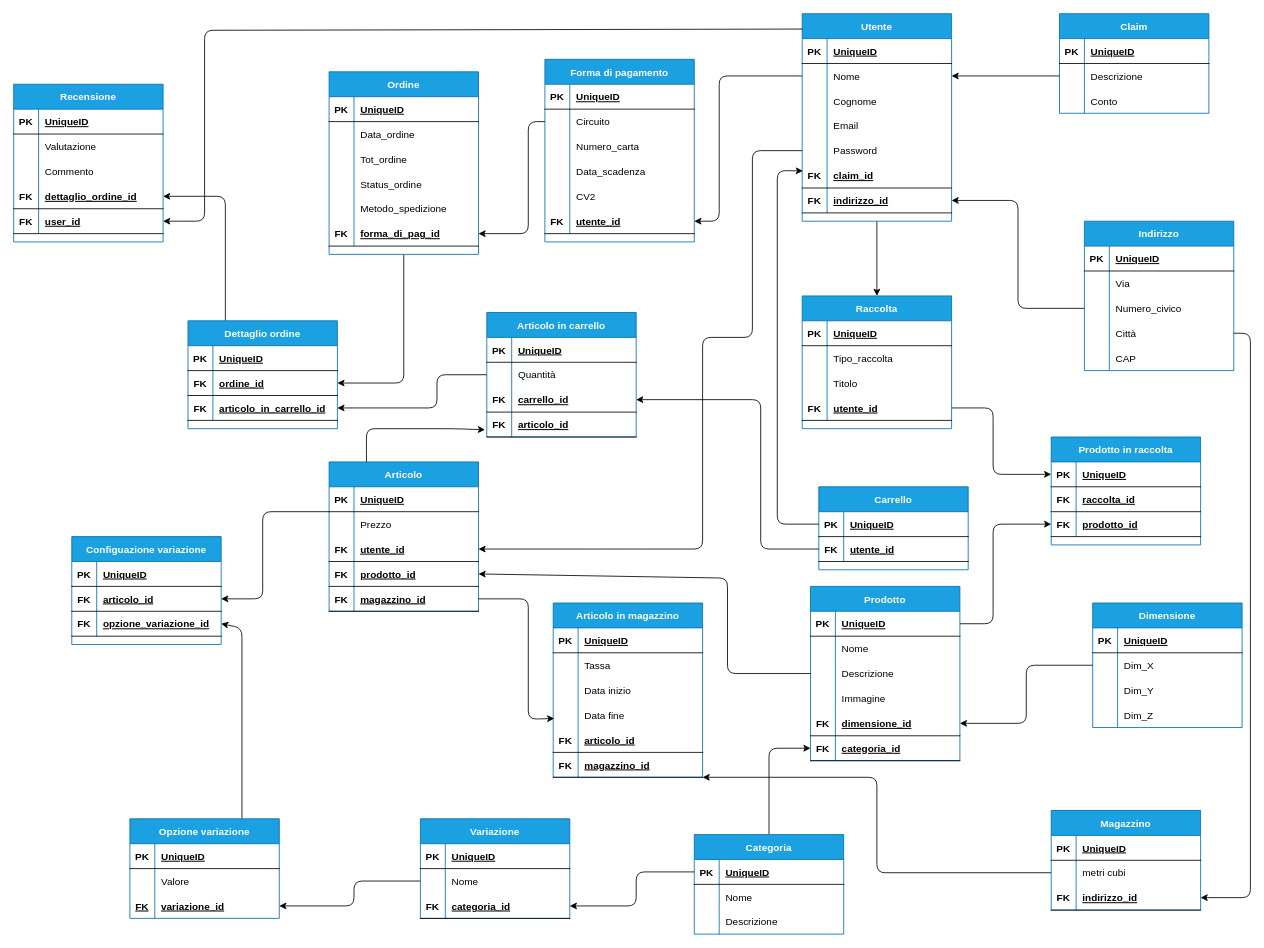
EndriDomiUni/E-commerce keeps this draw.io diagram as doc/modello_logico/modello_logico.drawio. Above is the earlier version. Source tidied: cells renumbered, new cells numbered last; positions are measured from the earlier drawing's top-left corner, leaving out a move shared by most shapes. Both pictures are drawn from the tidied source at 83%, with x=0, y=0 at pixel (13, 13).
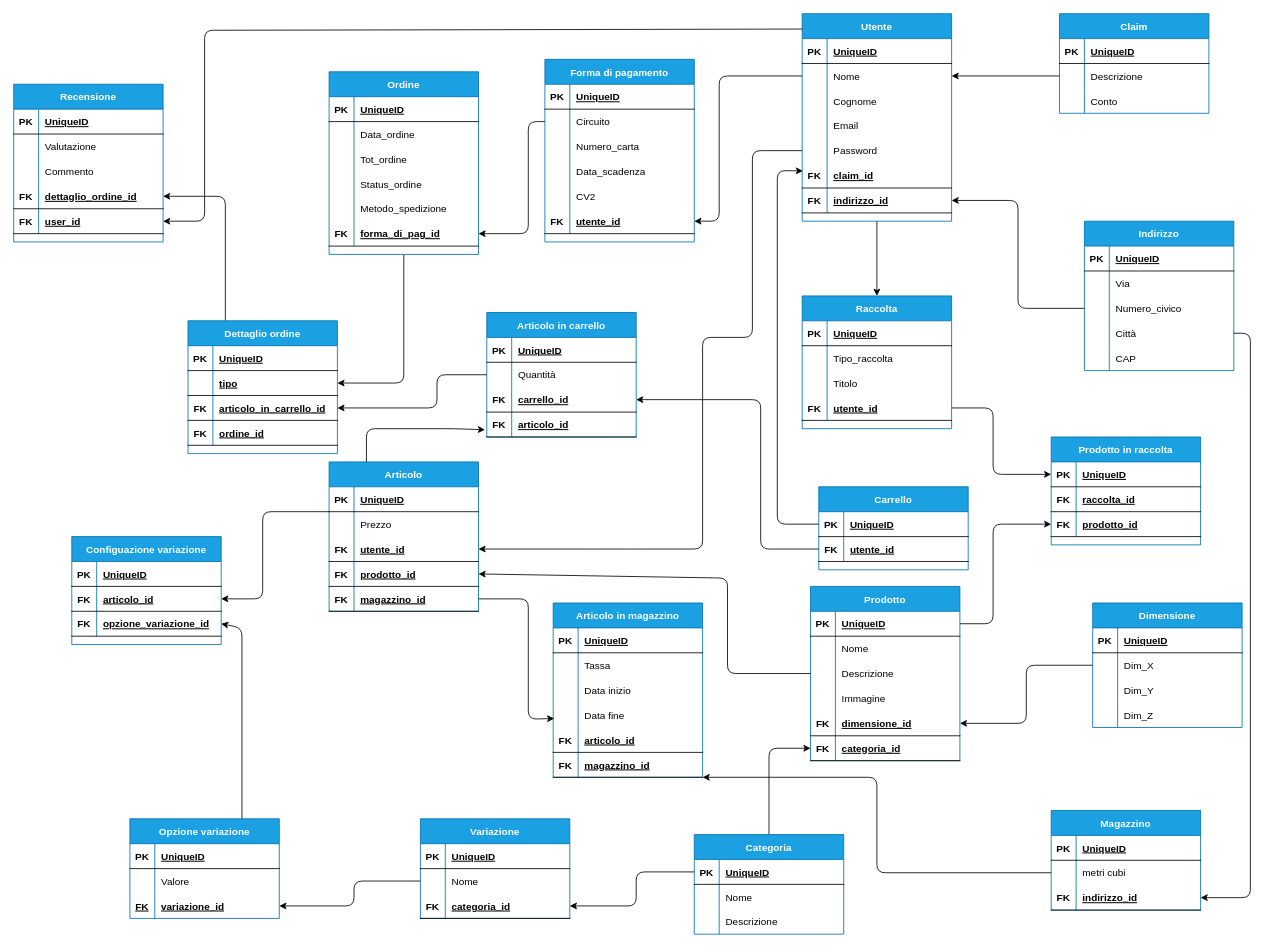
The same page after the edit.

Unchanged cells that the change refers to:
```xml
<mxCell id="109" style="shape=partialRectangle;fillColor=none;top=0;left=0;bottom=1;right=0;points=[[0,0.5],[1,0.5]];portConstraint=eastwest;" parent="105" vertex="1">
  <mxGeometry y="60" width="180" height="30" as="geometry" />
</mxCell>
```

Change to the diagram source:
```diff
@@
     <mxCell id="105" value="Dettaglio ordine" style="shape=table;startSize=30;childLayout=tableLayout;rowLines=0;fontStyle=1;align=center;fillColor=#1ba1e2;fontColor=#ffffff;strokeColor=#006EAF;" parent="1" vertex="1">
-      <mxGeometry x="210" y="370" width="180" height="130" as="geometry" />
+      <mxGeometry x="210" y="370" width="180" height="160" as="geometry" />
     </mxCell>
@@
-    <mxCell id="110" value="FK" style="shape=partialRectangle;fillColor=none;top=0;left=0;bottom=0;right=0;fontStyle=1;overflow=hidden;" parent="109" vertex="1">
+    <mxCell id="110" style="shape=partialRectangle;fillColor=none;top=0;left=0;bottom=0;right=0;fontStyle=1;overflow=hidden;" parent="109" vertex="1">
       <mxGeometry width="30" height="30" as="geometry" />
     </mxCell>
-    <mxCell id="111" value="ordine_id" style="shape=partialRectangle;fillColor=none;top=0;left=0;bottom=0;right=0;align=left;spacingLeft=6;fontStyle=5;overflow=hidden;" parent="109" vertex="1">
+    <mxCell id="111" value="tipo" style="shape=partialRectangle;fillColor=none;top=0;left=0;bottom=0;right=0;align=left;spacingLeft=6;fontStyle=5;overflow=hidden;" parent="109" vertex="1">
       <mxGeometry x="30" width="150" height="30" as="geometry" />
     </mxCell>
@@
+    <mxCell id="299" style="shape=partialRectangle;fillColor=none;top=0;left=0;bottom=1;right=0;" parent="105" vertex="1">
+      <mxGeometry y="120" width="180" height="30" as="geometry" />
+    </mxCell>
+    <mxCell id="300" value="FK" style="shape=partialRectangle;fillColor=none;top=0;left=0;bottom=0;right=0;fontStyle=1;overflow=hidden;" parent="299" vertex="1">
+      <mxGeometry width="30" height="30" as="geometry" />
+    </mxCell>
+    <mxCell id="301" value="ordine_id" style="shape=partialRectangle;fillColor=none;top=0;left=0;bottom=0;right=0;align=left;spacingLeft=6;fontStyle=5;overflow=hidden;" parent="299" vertex="1">
+      <mxGeometry x="30" width="150" height="30" as="geometry" />
+    </mxCell>
```
